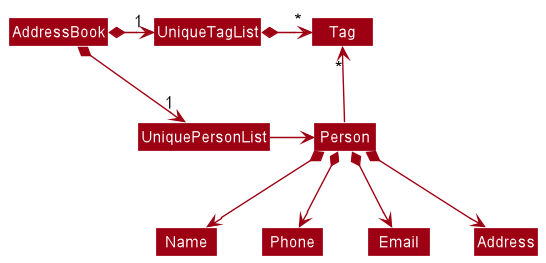
Earlier version of the PlantUML export docs/images/BetterModelClassDiagram.png (nus-cs2103-AY2122S1/tp).
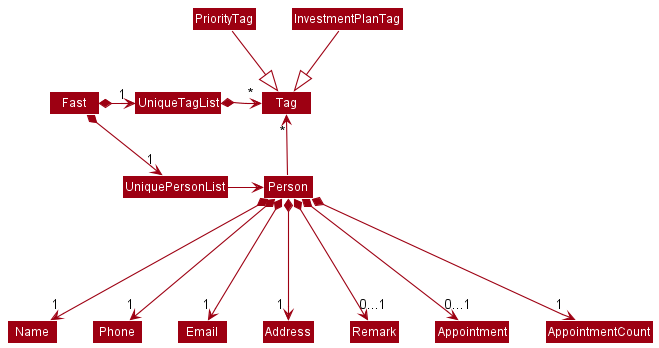
The same diagram one commit later.

What changed in the source:
```diff
@@ -4,18 +4,26 @@
 skinparam arrowColor MODEL_COLOR
 skinparam classBackgroundColor MODEL_COLOR
 
-AddressBook *-right-> "1" UniquePersonList
-AddressBook *-right-> "1" UniqueTagList
+Fast *-right-> "1" UniquePersonList
+Fast *-right-> "1" UniqueTagList
 UniqueTagList -[hidden]down- UniquePersonList
 UniqueTagList -[hidden]down- UniquePersonList
 
 UniqueTagList *-right-> "*" Tag
 UniquePersonList -right-> Person
 
+
+Tag <|-up- InvestmentPlanTag
+Tag <|-up- PriorityTag
+
 Person -up-> "*" Tag
 
-Person *--> Name
-Person *--> Phone
-Person *--> Email
-Person *--> Address
+Person *---> "1" Name
+Person *---> "1" Phone
+Person *---> "1" Email
+Person *---> "   1" Address
+Person *---> "          0...1" Remark
+Person *---> "          0...1" Appointment
+Person *---> "1" AppointmentCount
+
 @enduml
```
